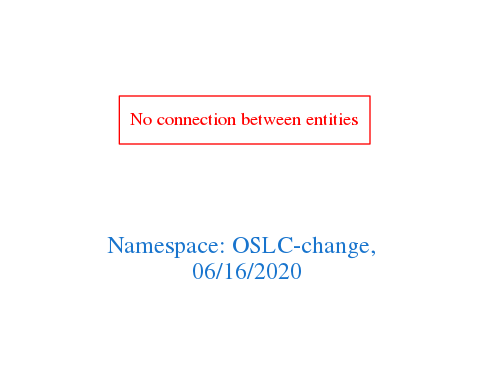
Earlier version of the Graphviz export downloads/OSLC-change.png (arago/OGIT). Its source is kept beside it as downloads/OSLC-change.dot.
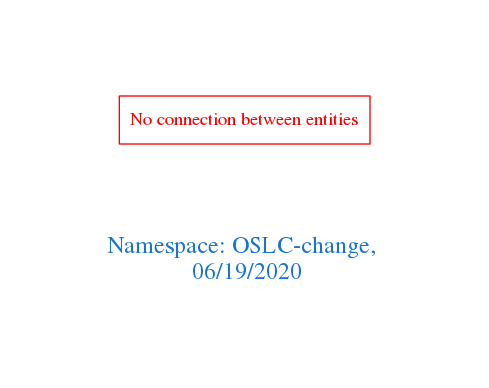
Above is the later version.

Diff of the diagram source:
```diff
@@ -1,7 +1,7 @@
 digraph OGIT_ontology {
  graph [ rankdir= LR,pad=1
 fontsize = 18,
-fontcolor= dodgerblue3,label = "\n\n\nNamespace: OSLC-change, \n 06/16/2020"];
+fontcolor= dodgerblue3,label = "\n\n\nNamespace: OSLC-change, \n 06/19/2020"];
 node[shape=polygon];
 edge [  color="gray81"];
 
```
